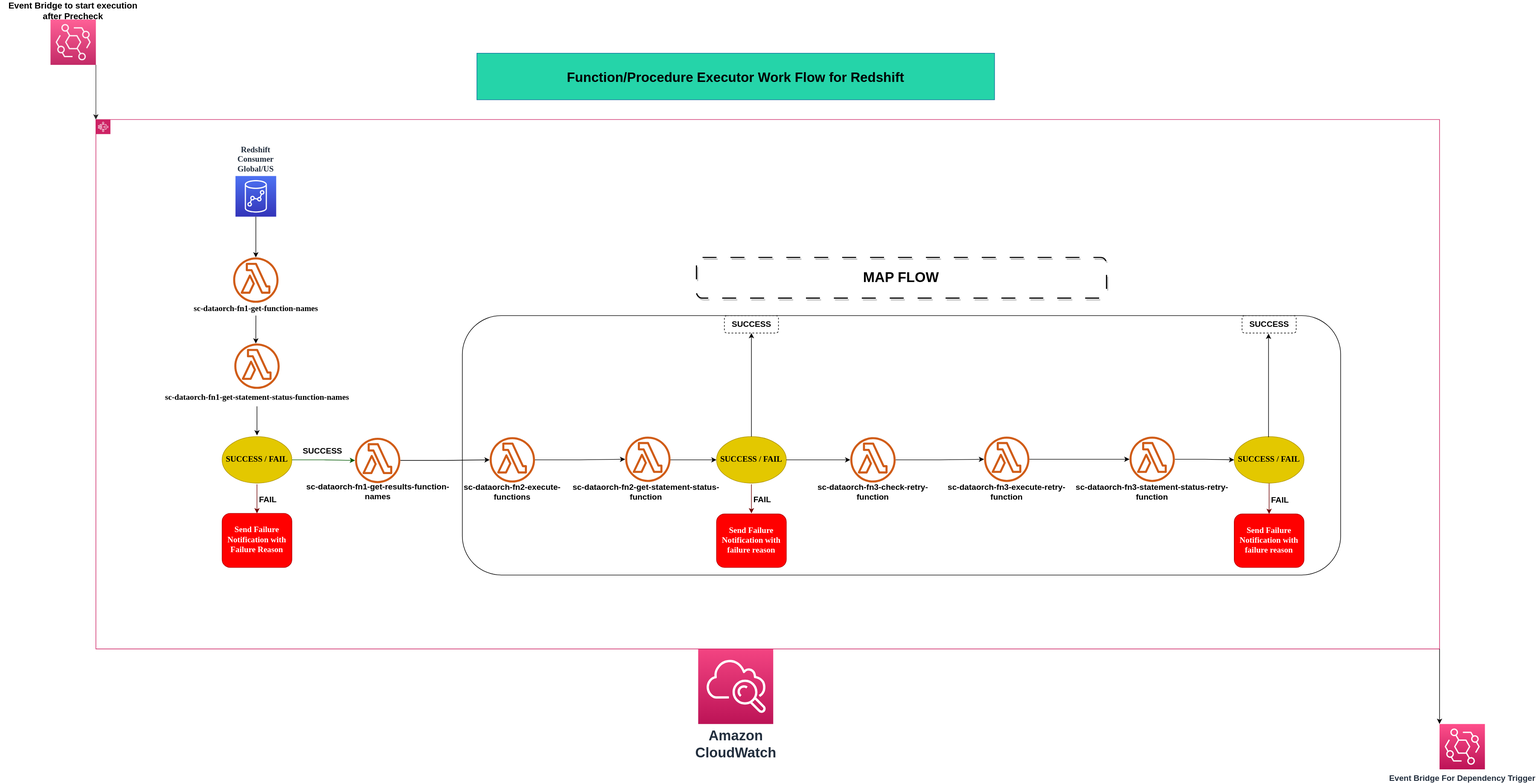
This is FunctionExecutorArechitecture.drawio.svg from abyayaPrasad/aws_dev, a draw.io export, as it was before one commit. Source tidied: cells renumbered, new cells last; positions are measured from the earlier drawing's top-left corner, leaving out a move shared by most shapes.
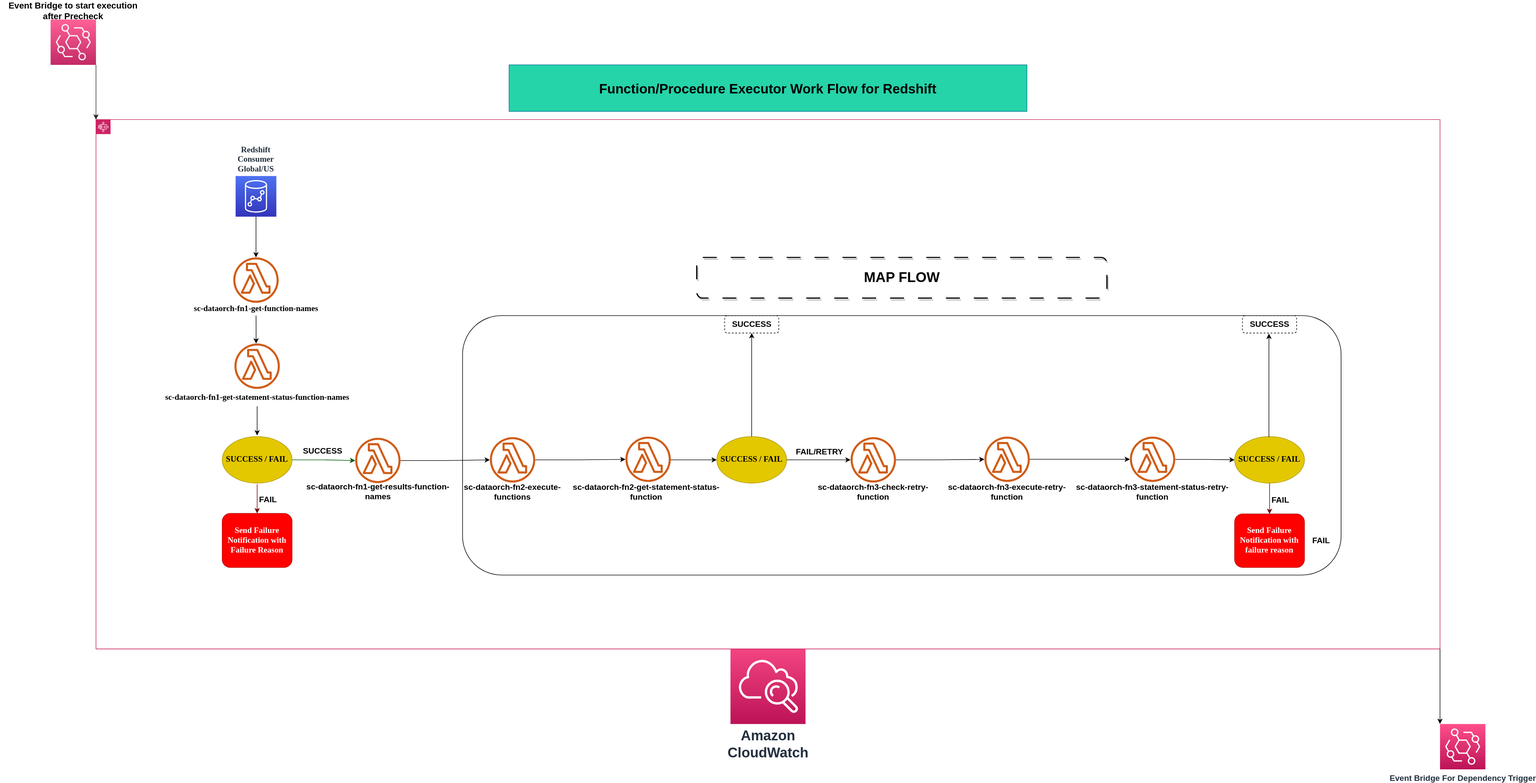
After the commit.

What changed in the source:
```diff
@@ -3,7 +3,7 @@
     <mxCell id="0" />
     <mxCell id="1" parent="0" />
     <mxCell id="2" value="&lt;font style=&quot;font-size: 24px;&quot;&gt;Amazon&lt;br style=&quot;&quot;&gt;CloudWatch&lt;/font&gt;" style="fontColor=#232F3E;gradientColor=#F34482;gradientDirection=north;fillColor=#BC1356;strokeColor=#ffffff;dashed=0;verticalLabelPosition=bottom;verticalAlign=top;align=center;html=1;fontSize=14;fontStyle=1;shape=mxgraph.aws4.resourceIcon;resIcon=mxgraph.aws4.cloudwatch;labelBackgroundColor=#ffffff;" parent="1" vertex="1">
-      <mxGeometry x="1199.5" y="1112" width="129" height="129" as="geometry" />
+      <mxGeometry x="1254.5" y="1112" width="129" height="129" as="geometry" />
     </mxCell>
     <mxCell id="3" style="points=[[0,0],[0.25,0],[0.5,0],[0.75,0],[1,0],[1,0.25],[1,0.5],[1,0.75],[1,1],[0.75,1],[0.5,1],[0.25,1],[0,1],[0,0.75],[0,0.5],[0,0.25]];outlineConnect=0;gradientColor=none;html=1;whiteSpace=wrap;fontSize=14;fontStyle=1;shape=mxgraph.aws4.group;grIcon=mxgraph.aws4.group_aws_step_functions_workflow;strokeColor=#CD2264;fillColor=none;verticalAlign=top;align=left;spacingLeft=30;fontColor=#CD2264;dashed=0;" parent="1" vertex="1">
       <mxGeometry x="164" y="202" width="2310" height="910" as="geometry" />
@@ -81,18 +81,9 @@
     <mxCell id="23" style="outlineConnect=0;fontColor=#232F3E;gradientColor=none;fillColor=#D05C17;strokeColor=none;dashed=0;verticalLabelPosition=bottom;verticalAlign=top;align=center;html=1;fontSize=14;fontStyle=1;shape=mxgraph.aws4.lambda_function;labelBackgroundColor=#ffffff;labelPosition=center;spacingTop=3;spacingBottom=6;" parent="3" vertex="1">
       <mxGeometry x="910" y="545" width="78" height="78" as="geometry" />
     </mxCell>
-    <mxCell id="24" style="edgeStyle=orthogonalEdgeStyle;rounded=0;orthogonalLoop=1;jettySize=auto;html=1;fontFamily=Verdana;fontSize=14;fillColor=#a20025;strokeColor=#6F0000;fontStyle=1;" parent="3" edge="1">
-      <mxGeometry relative="1" as="geometry">
-        <mxPoint x="1127" y="627" as="sourcePoint" />
-        <mxPoint x="1127" y="677" as="targetPoint" />
-      </mxGeometry>
-    </mxCell>
     <mxCell id="25" value="&lt;span style=&quot;font-size: 14px;&quot;&gt;SUCCESS / FAIL&lt;/span&gt;" style="ellipse;whiteSpace=wrap;html=1;labelBackgroundColor=none;labelBorderColor=none;fontFamily=Verdana;fontSize=14;fillColor=#e3c800;strokeColor=#B09500;fontColor=#000000;fontStyle=1;" parent="3" vertex="1">
       <mxGeometry x="1067" y="545" width="120" height="80" as="geometry" />
     </mxCell>
-    <mxCell id="26" value="&lt;p style=&quot;line-height: 100%; font-size: 14px;&quot;&gt;FAIL&lt;/p&gt;" style="text;strokeColor=none;align=center;fillColor=none;html=1;verticalAlign=middle;whiteSpace=wrap;rounded=0;fontSize=14;rotation=0;horizontal=1;fontStyle=1;" parent="3" vertex="1">
-      <mxGeometry x="1126" y="637" width="40" height="30" as="geometry" />
-    </mxCell>
     <mxCell id="27" style="edgeStyle=orthogonalEdgeStyle;rounded=0;jettySize=auto;html=1;fontSize=14;fontStyle=1;" parent="3" edge="1" source="28" target="32">
       <mxGeometry relative="1" as="geometry" />
     </mxCell>
@@ -102,9 +93,6 @@
     <mxCell id="29" style="endArrow=classic;html=1;rounded=0;fontSize=14;exitX=1;exitY=0.5;exitDx=0;exitDy=0;fontStyle=1;" parent="3" edge="1" source="25" target="28">
       <mxGeometry relative="1" as="geometry" />
     </mxCell>
-    <mxCell id="30" value="Send Failure Notification with failure reason" style="rounded=1;whiteSpace=wrap;html=1;labelBackgroundColor=none;labelBorderColor=none;fontFamily=Verdana;fontSize=14;fillColor=#ff0000;strokeColor=#B20000;fontColor=#ffffff;gradientColor=none;fontStyle=1;" parent="3" vertex="1">
-      <mxGeometry x="1067" y="678" width="120" height="92" as="geometry" />
-    </mxCell>
     <mxCell id="31" style="edgeStyle=orthogonalEdgeStyle;rounded=0;jettySize=auto;html=1;fontSize=14;fontStyle=1;" parent="3" edge="1" source="32" target="34">
       <mxGeometry relative="1" as="geometry" />
     </mxCell>
@@ -178,8 +166,11 @@
     <mxCell id="51" value="&lt;b style=&quot;font-size: 24px;&quot;&gt;MAP FLOW&lt;/b&gt;" style="text;strokeColor=default;align=center;fillColor=none;html=1;verticalAlign=middle;whiteSpace=wrap;rounded=1;fontSize=24;dashed=1;dashPattern=12 12;shadow=1;glass=0;perimeterSpacing=23;strokeWidth=2;spacingTop=30;spacing=15;spacingBottom=30;" parent="3" vertex="1">
       <mxGeometry x="1032.5" y="237" width="705" height="70" as="geometry" />
     </mxCell>
+    <mxCell id="58" value="&lt;p style=&quot;line-height: 100%; font-size: 14px;&quot;&gt;FAIL/RETRY&lt;/p&gt;" style="text;strokeColor=none;align=center;fillColor=none;html=1;verticalAlign=middle;whiteSpace=wrap;rounded=0;fontSize=14;rotation=0;horizontal=1;fontColor=#000000;fontStyle=1;" parent="3" vertex="1">
+      <mxGeometry x="1173.5" y="555" width="140" height="30" as="geometry" />
+    </mxCell>
     <mxCell id="52" value="&lt;h1 style=&quot;border-color: var(--border-color);&quot;&gt;&lt;span style=&quot;border-color: var(--border-color);&quot;&gt;&lt;font style=&quot;font-size: 23px;&quot;&gt;Function/Procedure Executor Work Flow for Redshift&lt;/font&gt;&lt;/span&gt;&lt;/h1&gt;" style="text;strokeColor=#10739e;align=center;fillColor=#25d4a9;html=1;verticalAlign=middle;whiteSpace=wrap;rounded=0;gradientColor=none;fontSize=14;fontStyle=1;" parent="1" vertex="1">
-      <mxGeometry x="819" y="88" width="890" height="80" as="geometry" />
+      <mxGeometry x="874" y="108" width="890" height="80" as="geometry" />
     </mxCell>
     <mxCell id="53" value="Event Bridge For Dependency Trigger" style="sketch=0;points=[[0,0,0],[0.25,0,0],[0.5,0,0],[0.75,0,0],[1,0,0],[0,1,0],[0.25,1,0],[0.5,1,0],[0.75,1,0],[1,1,0],[0,0.25,0],[0,0.5,0],[0,0.75,0],[1,0.25,0],[1,0.5,0],[1,0.75,0]];outlineConnect=0;fontColor=#232F3E;gradientColor=#FF4F8B;gradientDirection=north;fillColor=#BC1356;strokeColor=#ffffff;dashed=0;verticalLabelPosition=bottom;verticalAlign=top;align=center;html=1;fontSize=14;fontStyle=1;shape=mxgraph.aws4.resourceIcon;resIcon=mxgraph.aws4.eventbridge;rounded=0;shadow=0;glass=0;strokeWidth=1;fontFamily=Helvetica;" parent="1" vertex="1">
       <mxGeometry x="2474" y="1241" width="78" height="78" as="geometry" />
@@ -196,5 +187,8 @@
     <mxCell id="57" style="endArrow=classic;html=1;rounded=0;fontSize=15;exitX=1;exitY=1;exitDx=0;exitDy=0;entryX=0;entryY=0;entryDx=0;entryDy=0;entryPerimeter=0;" parent="1" edge="1" source="3" target="53">
       <mxGeometry relative="1" as="geometry" />
     </mxCell>
+    <mxCell id="26" value="&lt;p style=&quot;line-height: 100%; font-size: 14px;&quot;&gt;FAIL&lt;/p&gt;" style="text;strokeColor=none;align=center;fillColor=none;html=1;verticalAlign=middle;whiteSpace=wrap;rounded=0;fontSize=14;rotation=0;horizontal=1;fontColor=#000000;fontStyle=1;" parent="1" vertex="1">
+      <mxGeometry x="2250" y="910" width="40" height="30" as="geometry" />
+    </mxCell>
   </root>
 </mxGraphModel>
```
